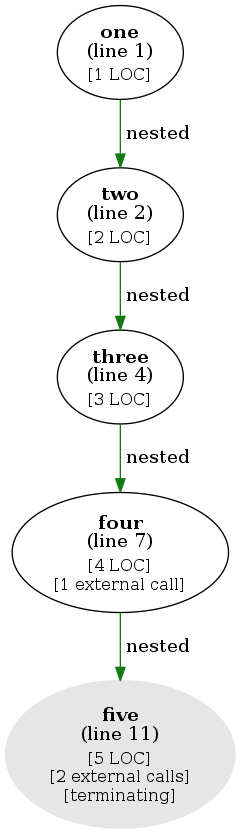
Before: examples/loc.png, a diagram exported from Graphviz (microsoft/cmd-call-graph). Its source is kept beside it as examples/loc.dot.
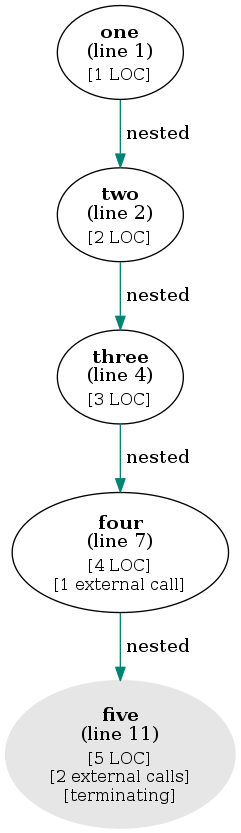
After the change.

The edit, as a diff of the source:
```diff
@@ -1,11 +1,11 @@
 digraph g {
 "five" [color="#e6e6e6",style=filled,label=<<b>five</b><br/>(line 11)<br/><sub>[5 LOC]</sub><br/><sub>[2 external calls]</sub><br/><sub>[terminating]</sub>>]
 "four" [label=<<b>four</b><br/>(line 7)<br/><sub>[4 LOC]</sub><br/><sub>[1 external call]</sub>>]
-"four" -> "five" [label=" nested",color="#107c10"]
+"four" -> "five" [label=" nested",color="#008575"]
 "one" [label=<<b>one</b><br/>(line 1)<br/><sub>[1 LOC]</sub>>]
-"one" -> "two" [label=" nested",color="#107c10"]
+"one" -> "two" [label=" nested",color="#008575"]
 "three" [label=<<b>three</b><br/>(line 4)<br/><sub>[3 LOC]</sub>>]
-"three" -> "four" [label=" nested",color="#107c10"]
+"three" -> "four" [label=" nested",color="#008575"]
 "two" [label=<<b>two</b><br/>(line 2)<br/><sub>[2 LOC]</sub>>]
-"two" -> "three" [label=" nested",color="#107c10"]
+"two" -> "three" [label=" nested",color="#008575"]
 }
```
